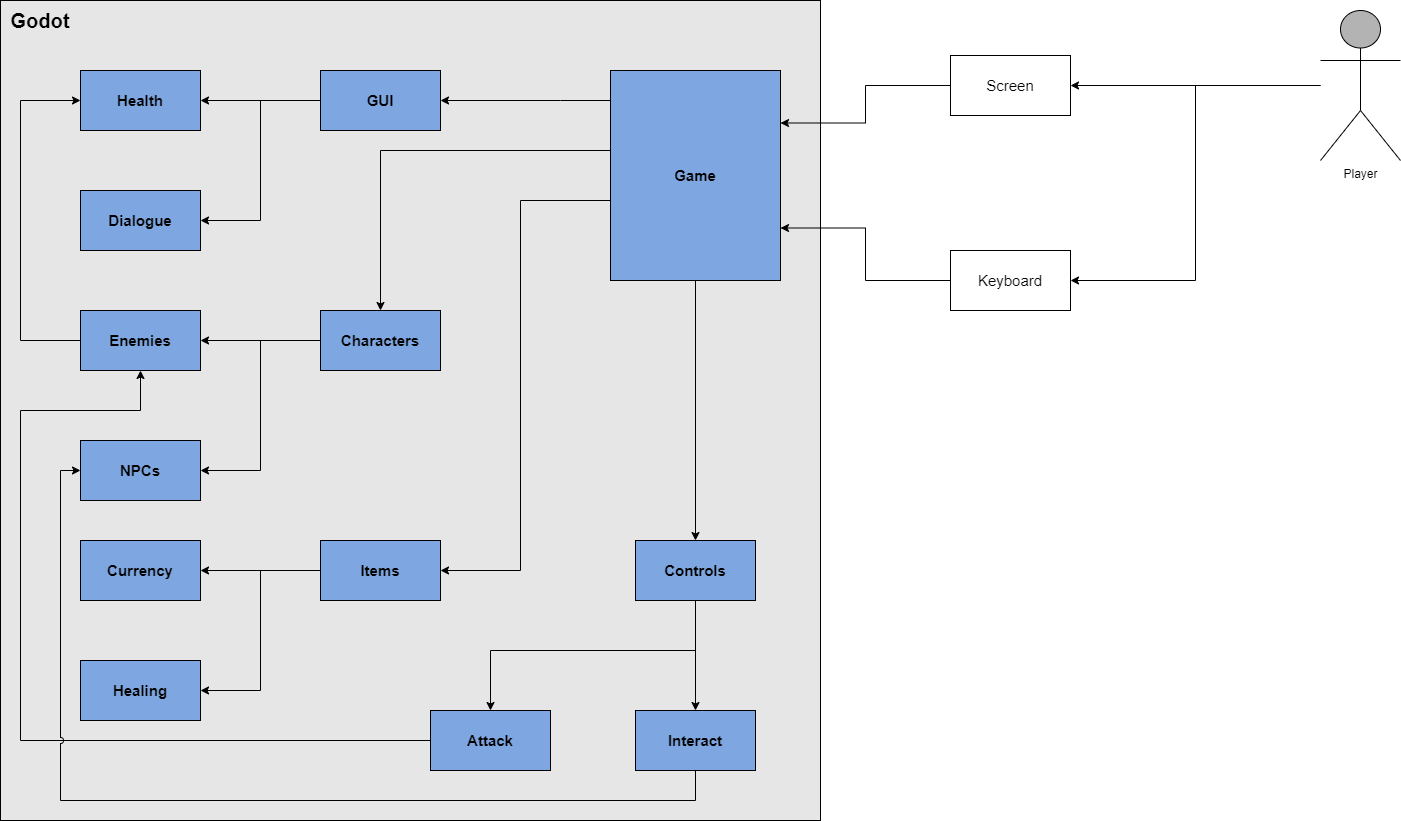
This is deliverables/diagrams/Architecture Overview.png from WSU-cshimizu/ceg4110-group-project-no-grads, a draw.io export, as it was before one commit. Source tidied: cells renumbered, new cells last; positions are measured from the earlier drawing's top-left corner, leaving out a move shared by most shapes.
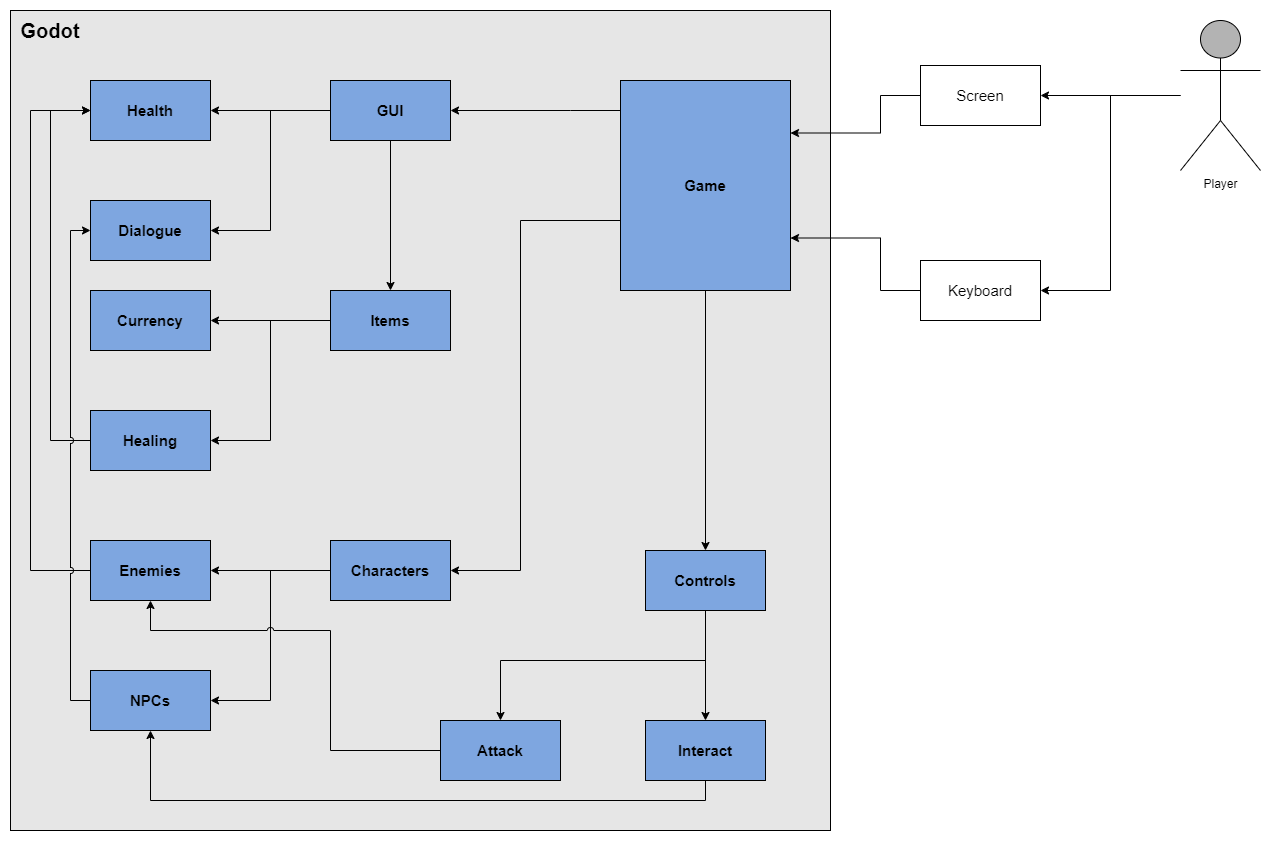
Later version of the same file.

The edit, as a diff of the source:
```diff
@@ -12,19 +12,29 @@
       <mxGeometry relative="1" as="geometry" />
     </mxCell>
     <mxCell id="5" value="Player" style="shape=umlActor;verticalLabelPosition=bottom;verticalAlign=top;html=1;outlineConnect=0;fillColor=#B3B3B3;" parent="1" vertex="1">
-      <mxGeometry x="1320" y="10" width="80" height="150" as="geometry" />
+      <mxGeometry x="1170" y="10" width="80" height="150" as="geometry" />
     </mxCell>
     <mxCell id="6" style="edgeStyle=orthogonalEdgeStyle;rounded=0;jettySize=auto;html=1;entryX=1;entryY=0.25;entryDx=0;entryDy=0;" parent="1" edge="1" source="7" target="15">
-      <mxGeometry relative="1" as="geometry" />
+      <mxGeometry relative="1" as="geometry">
+        <Array as="points">
+          <mxPoint x="870" y="85" />
+          <mxPoint x="870" y="123" />
+        </Array>
+      </mxGeometry>
     </mxCell>
     <mxCell id="7" value="Screen" style="rounded=0;whiteSpace=wrap;html=1;fontSize=15;" parent="1" vertex="1">
-      <mxGeometry x="950" y="55" width="120" height="60" as="geometry" />
+      <mxGeometry x="910" y="55" width="120" height="60" as="geometry" />
     </mxCell>
     <mxCell id="8" style="edgeStyle=orthogonalEdgeStyle;rounded=0;jettySize=auto;html=1;entryX=1;entryY=0.75;entryDx=0;entryDy=0;" parent="1" edge="1" source="9" target="15">
-      <mxGeometry relative="1" as="geometry" />
+      <mxGeometry relative="1" as="geometry">
+        <Array as="points">
+          <mxPoint x="870" y="280" />
+          <mxPoint x="870" y="228" />
+        </Array>
+      </mxGeometry>
     </mxCell>
     <mxCell id="9" value="Keyboard" style="rounded=0;whiteSpace=wrap;html=1;fontSize=15;" parent="1" vertex="1">
-      <mxGeometry x="950" y="250" width="120" height="60" as="geometry" />
+      <mxGeometry x="910" y="250" width="120" height="60" as="geometry" />
     </mxCell>
     <mxCell id="10" value="Godot" style="text;html=1;align=center;verticalAlign=middle;whiteSpace=wrap;rounded=0;fontSize=20;fontStyle=1;" parent="1" vertex="1">
       <mxGeometry width="80" height="40" as="geometry" />
@@ -40,17 +50,11 @@
     <mxCell id="12" style="edgeStyle=orthogonalEdgeStyle;rounded=0;jettySize=auto;html=1;" parent="1" edge="1" source="15" target="23">
       <mxGeometry relative="1" as="geometry">
         <Array as="points">
-          <mxPoint x="380" y="150" />
+          <mxPoint x="510" y="210" />
+          <mxPoint x="510" y="560" />
         </Array>
       </mxGeometry>
     </mxCell>
-    <mxCell id="13" style="edgeStyle=orthogonalEdgeStyle;rounded=0;jettySize=auto;html=1;" parent="1" edge="1" source="15" target="28">
-      <mxGeometry relative="1" as="geometry">
-        <Array as="points">
-          <mxPoint x="520" y="200" />
-        </Array>
-      </mxGeometry>
-    </mxCell>
     <mxCell id="14" style="edgeStyle=orthogonalEdgeStyle;rounded=0;jettySize=auto;html=1;" parent="1" edge="1" source="15" target="33">
       <mxGeometry relative="1" as="geometry" />
     </mxCell>
@@ -68,6 +72,9 @@
         </Array>
       </mxGeometry>
     </mxCell>
+    <mxCell id="39" style="edgeStyle=orthogonalEdgeStyle;shape=connector;rounded=0;jumpStyle=arc;jettySize=auto;html=1;entryX=0.5;entryY=0;entryDx=0;entryDy=0;strokeColor=default;align=center;verticalAlign=middle;fontFamily=Helvetica;fontSize=11;fontColor=default;labelBackgroundColor=default;endArrow=classic;" parent="1" edge="1" source="18" target="28">
+      <mxGeometry relative="1" as="geometry" />
+    </mxCell>
     <mxCell id="18" value="GUI" style="whiteSpace=wrap;html=1;fontSize=15;fillColor=#7EA6E0;rounded=0;fontStyle=1;" parent="1" vertex="1">
       <mxGeometry x="320" y="70" width="120" height="60" as="geometry" />
     </mxCell>
@@ -80,32 +87,32 @@
     <mxCell id="21" style="edgeStyle=orthogonalEdgeStyle;rounded=0;jettySize=auto;html=1;jumpStyle=arc;" parent="1" edge="1" source="23" target="25">
       <mxGeometry relative="1" as="geometry">
         <Array as="points">
-          <mxPoint x="260" y="340" />
-          <mxPoint x="260" y="340" />
+          <mxPoint x="260" y="560" />
+          <mxPoint x="260" y="560" />
         </Array>
       </mxGeometry>
     </mxCell>
     <mxCell id="22" style="edgeStyle=orthogonalEdgeStyle;rounded=0;jettySize=auto;html=1;" parent="1" edge="1" source="23" target="38">
       <mxGeometry relative="1" as="geometry">
         <Array as="points">
-          <mxPoint x="260" y="340" />
-          <mxPoint x="260" y="470" />
+          <mxPoint x="260" y="560" />
+          <mxPoint x="260" y="690" />
         </Array>
       </mxGeometry>
     </mxCell>
     <mxCell id="23" value="Characters" style="whiteSpace=wrap;html=1;fontSize=15;fillColor=#7EA6E0;rounded=0;fontStyle=1;" parent="1" vertex="1">
-      <mxGeometry x="320" y="310" width="120" height="60" as="geometry" />
+      <mxGeometry x="320" y="530" width="120" height="60" as="geometry" />
     </mxCell>
     <mxCell id="24" style="edgeStyle=orthogonalEdgeStyle;rounded=0;jettySize=auto;html=1;entryX=0;entryY=0.5;entryDx=0;entryDy=0;" parent="1" edge="1" source="25" target="19">
       <mxGeometry relative="1" as="geometry">
         <Array as="points">
-          <mxPoint x="20" y="340" />
+          <mxPoint x="20" y="560" />
           <mxPoint x="20" y="100" />
         </Array>
       </mxGeometry>
     </mxCell>
     <mxCell id="25" value="Enemies" style="whiteSpace=wrap;html=1;fontSize=15;fillColor=#7EA6E0;rounded=0;fontStyle=1;" parent="1" vertex="1">
-      <mxGeometry x="80" y="310" width="120" height="60" as="geometry" />
+      <mxGeometry x="80" y="530" width="120" height="60" as="geometry" />
     </mxCell>
     <mxCell id="26" style="edgeStyle=orthogonalEdgeStyle;rounded=0;jettySize=auto;html=1;" parent="1" edge="1" source="28" target="29">
       <mxGeometry relative="1" as="geometry" />
@@ -113,19 +120,28 @@
     <mxCell id="27" style="edgeStyle=orthogonalEdgeStyle;rounded=0;jettySize=auto;html=1;" parent="1" edge="1" source="28" target="30">
       <mxGeometry relative="1" as="geometry">
         <Array as="points">
-          <mxPoint x="260" y="570" />
-          <mxPoint x="260" y="690" />
+          <mxPoint x="260" y="310" />
+          <mxPoint x="260" y="430" />
         </Array>
       </mxGeometry>
     </mxCell>
     <mxCell id="28" value="Items" style="whiteSpace=wrap;html=1;fontSize=15;fillColor=#7EA6E0;rounded=0;fontStyle=1;" parent="1" vertex="1">
-      <mxGeometry x="320" y="540" width="120" height="60" as="geometry" />
+      <mxGeometry x="320" y="280" width="120" height="60" as="geometry" />
     </mxCell>
     <mxCell id="29" value="Currency" style="whiteSpace=wrap;html=1;fontSize=15;fillColor=#7EA6E0;rounded=0;fontStyle=1;" parent="1" vertex="1">
-      <mxGeometry x="80" y="540" width="120" height="60" as="geometry" />
+      <mxGeometry x="80" y="280" width="120" height="60" as="geometry" />
     </mxCell>
+    <mxCell id="40" style="edgeStyle=orthogonalEdgeStyle;shape=connector;rounded=0;jumpStyle=arc;jettySize=auto;html=1;entryX=0;entryY=0.5;entryDx=0;entryDy=0;strokeColor=default;align=center;verticalAlign=middle;fontFamily=Helvetica;fontSize=11;fontColor=default;labelBackgroundColor=default;endArrow=classic;" parent="1" edge="1" source="30" target="19">
+      <mxGeometry relative="1" as="geometry">
+        <Array as="points">
+          <mxPoint x="40" y="430" />
+          <mxPoint x="40" y="100" />
+          <mxPoint x="80" y="100" />
+        </Array>
+      </mxGeometry>
+    </mxCell>
     <mxCell id="30" value="Healing" style="whiteSpace=wrap;html=1;fontSize=15;fillColor=#7EA6E0;rounded=0;fontStyle=1;" parent="1" vertex="1">
-      <mxGeometry x="80" y="660" width="120" height="60" as="geometry" />
+      <mxGeometry x="80" y="400" width="120" height="60" as="geometry" />
     </mxCell>
     <mxCell id="31" style="edgeStyle=orthogonalEdgeStyle;rounded=0;jettySize=auto;html=1;" parent="1" edge="1" source="33" target="35">
       <mxGeometry relative="1" as="geometry">
@@ -141,32 +157,39 @@
     <mxCell id="33" value="Controls" style="whiteSpace=wrap;html=1;fontSize=15;fillColor=#7EA6E0;rounded=0;fontStyle=1;" parent="1" vertex="1">
       <mxGeometry x="635" y="540" width="120" height="60" as="geometry" />
     </mxCell>
-    <mxCell id="34" style="edgeStyle=orthogonalEdgeStyle;rounded=0;jettySize=auto;html=1;entryX=0.5;entryY=1;entryDx=0;entryDy=0;" parent="1" edge="1" source="35" target="25">
+    <mxCell id="34" style="edgeStyle=orthogonalEdgeStyle;shape=connector;rounded=0;jumpStyle=arc;jettySize=auto;html=1;entryX=0.5;entryY=1;entryDx=0;entryDy=0;strokeColor=default;align=center;verticalAlign=middle;fontFamily=Helvetica;fontSize=11;fontColor=default;labelBackgroundColor=default;endArrow=classic;" parent="1" edge="1" source="35" target="25">
       <mxGeometry relative="1" as="geometry">
         <Array as="points">
-          <mxPoint x="20" y="740" />
-          <mxPoint x="20" y="410" />
-          <mxPoint x="140" y="410" />
+          <mxPoint x="320" y="740" />
+          <mxPoint x="320" y="620" />
+          <mxPoint x="140" y="620" />
         </Array>
       </mxGeometry>
     </mxCell>
     <mxCell id="35" value="Attack" style="whiteSpace=wrap;html=1;fontSize=15;fillColor=#7EA6E0;rounded=0;fontStyle=1;" parent="1" vertex="1">
       <mxGeometry x="430" y="710" width="120" height="60" as="geometry" />
     </mxCell>
-    <mxCell id="36" style="edgeStyle=orthogonalEdgeStyle;rounded=0;jettySize=auto;html=1;entryX=0;entryY=0.5;entryDx=0;entryDy=0;jumpStyle=arc;" parent="1" edge="1" source="37" target="38">
+    <mxCell id="36" style="edgeStyle=orthogonalEdgeStyle;shape=connector;rounded=0;jumpStyle=arc;jettySize=auto;html=1;entryX=0.5;entryY=1;entryDx=0;entryDy=0;strokeColor=default;align=center;verticalAlign=middle;fontFamily=Helvetica;fontSize=11;fontColor=default;labelBackgroundColor=default;endArrow=classic;" parent="1" edge="1" source="37" target="38">
       <mxGeometry relative="1" as="geometry">
         <Array as="points">
-          <mxPoint x="695" y="800" />
-          <mxPoint x="60" y="800" />
-          <mxPoint x="60" y="470" />
+          <mxPoint x="695" y="790" />
+          <mxPoint x="140" y="790" />
         </Array>
       </mxGeometry>
     </mxCell>
     <mxCell id="37" value="Interact" style="whiteSpace=wrap;html=1;fontSize=15;fillColor=#7EA6E0;rounded=0;fontStyle=1;" parent="1" vertex="1">
       <mxGeometry x="635" y="710" width="120" height="60" as="geometry" />
     </mxCell>
+    <mxCell id="41" style="edgeStyle=orthogonalEdgeStyle;shape=connector;rounded=0;jumpStyle=arc;jettySize=auto;html=1;entryX=0;entryY=0.5;entryDx=0;entryDy=0;strokeColor=default;align=center;verticalAlign=middle;fontFamily=Helvetica;fontSize=11;fontColor=default;labelBackgroundColor=default;endArrow=classic;" parent="1" edge="1" source="38" target="20">
+      <mxGeometry relative="1" as="geometry">
+        <Array as="points">
+          <mxPoint x="60" y="690" />
+          <mxPoint x="60" y="220" />
+        </Array>
+      </mxGeometry>
+    </mxCell>
     <mxCell id="38" value="NPCs" style="whiteSpace=wrap;html=1;fontSize=15;fillColor=#7EA6E0;rounded=0;fontStyle=1;" parent="1" vertex="1">
-      <mxGeometry x="80" y="440" width="120" height="60" as="geometry" />
+      <mxGeometry x="80" y="660" width="120" height="60" as="geometry" />
     </mxCell>
   </root>
 </mxGraphModel>
```
